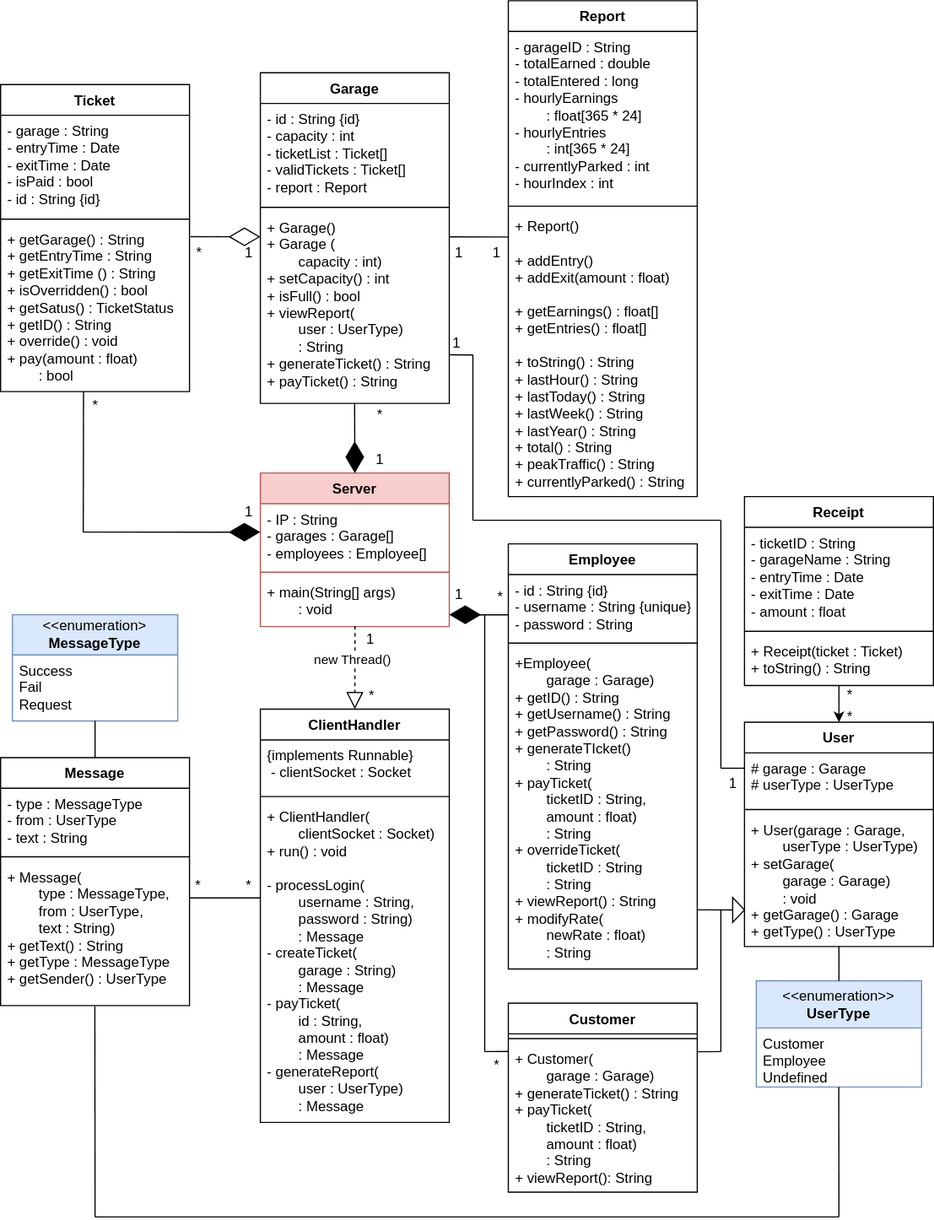
Above: design/Diagrams/ServerSideFull.svg in CSUEB-CS401-02-SP25-Group-Project-1/parking-garage-system (draw.io), before the change. Source tidied: cells renumbered, new cells last; positions are measured from the earlier drawing's top-left corner, leaving out a move shared by most shapes.
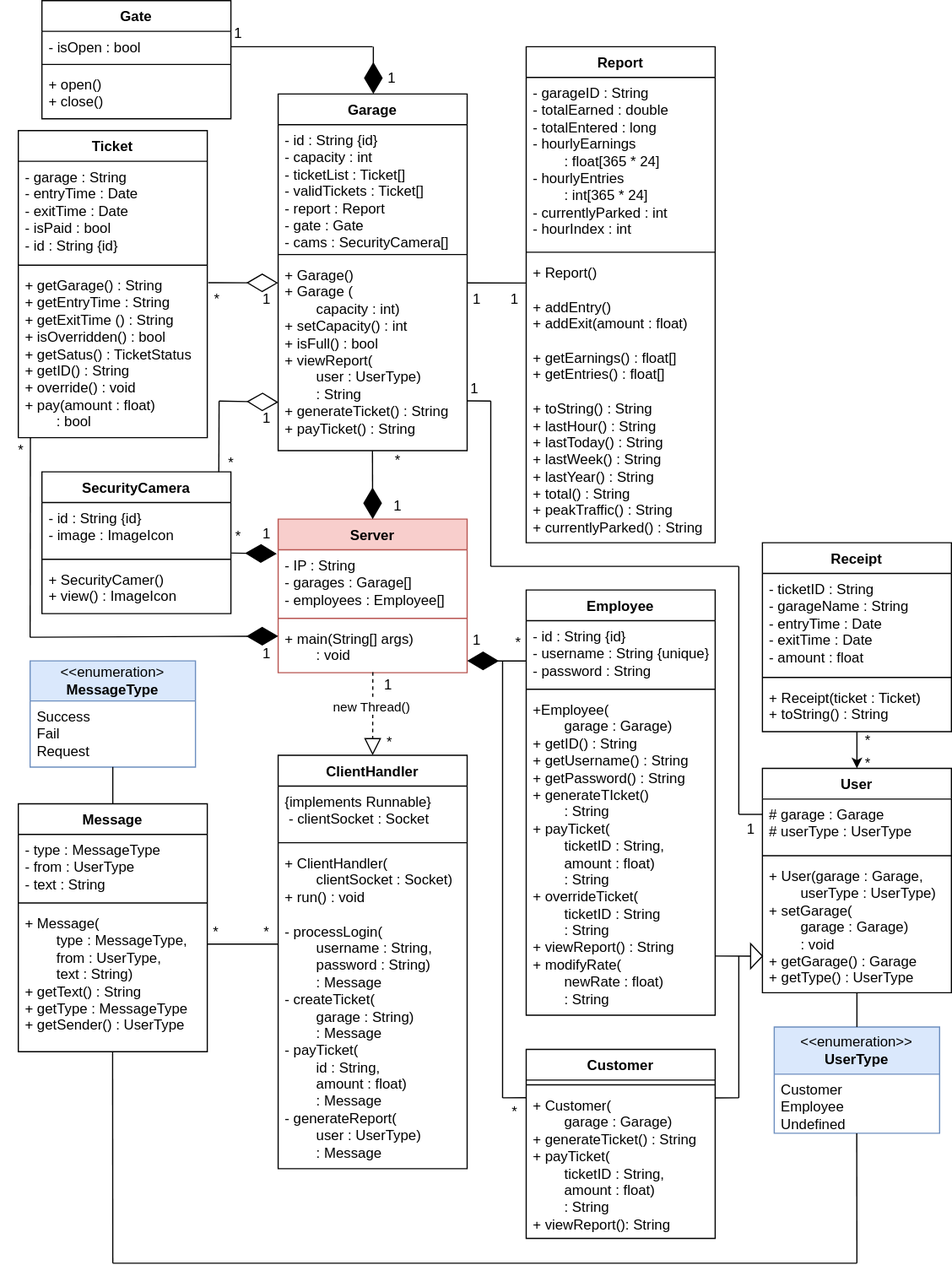
Above is the later version.

Commit message:
Added Gate and SecurityCamera to the ServerSide diagram, including proper relationships and quantities. Added according attributes to Garage.

Diff of the diagram source:
```diff
@@ -108,16 +108,16 @@
       <mxGeometry y="88" width="160" height="272" as="geometry" />
     </mxCell>
     <mxCell id="37" value="Garage" style="swimlane;fontStyle=1;align=center;verticalAlign=top;horizontal=1;startSize=26;whiteSpace=wrap;html=1;" parent="1" vertex="1">
-      <mxGeometry x="220" y="61" width="160" height="280" as="geometry" />
+      <mxGeometry x="220" y="40" width="160" height="302" as="geometry" />
     </mxCell>
-    <mxCell id="38" value="- id : String {id}&lt;div&gt;- capacity : int&lt;/div&gt;&lt;div&gt;- ticketList : Ticket[]&lt;/div&gt;&lt;div&gt;- validTickets : Ticket[]&lt;/div&gt;&lt;div&gt;- report : Report&lt;/div&gt;" style="text;strokeColor=none;fillColor=none;align=left;verticalAlign=top;spacingLeft=4;spacingRight=4;overflow=hidden;whiteSpace=wrap;html=1;" parent="37" vertex="1">
-      <mxGeometry y="26" width="160" height="84" as="geometry" />
+    <mxCell id="38" value="- id : String {id}&lt;div&gt;- capacity : int&lt;/div&gt;&lt;div&gt;- ticketList : Ticket[]&lt;/div&gt;&lt;div&gt;- validTickets : Ticket[]&lt;/div&gt;&lt;div&gt;- report : Report&lt;/div&gt;&lt;div&gt;- gate : Gate&lt;/div&gt;&lt;div&gt;- cams : SecurityCamera[]&lt;/div&gt;" style="text;strokeColor=none;fillColor=none;align=left;verticalAlign=top;spacingLeft=4;spacingRight=4;overflow=hidden;whiteSpace=wrap;html=1;" parent="37" vertex="1">
+      <mxGeometry y="26" width="160" height="106" as="geometry" />
     </mxCell>
     <mxCell id="39" style="line;strokeWidth=1;fillColor=none;align=left;verticalAlign=middle;spacingTop=-1;spacingLeft=3;spacingRight=3;labelPosition=right;strokeColor=inherit;" parent="37" vertex="1">
-      <mxGeometry y="110" width="160" height="8" as="geometry" />
+      <mxGeometry y="132" width="160" height="8" as="geometry" />
     </mxCell>
     <mxCell id="40" value="&lt;div&gt;+ Garage()&lt;/div&gt;&lt;div&gt;+ Garage (&lt;/div&gt;&lt;div&gt;&lt;span style=&quot;white-space: pre;&quot;&gt;&#9;&lt;/span&gt;capacity : int)&lt;/div&gt;&lt;div&gt;+ setCapacity() : int&lt;/div&gt;&lt;div&gt;+ isFull() : bool&lt;/div&gt;&lt;div&gt;+ viewReport(&lt;/div&gt;&lt;div&gt;&lt;span style=&quot;white-space: pre;&quot;&gt;&#9;&lt;/span&gt;user : UserType)&lt;/div&gt;&lt;div&gt;&lt;span style=&quot;white-space: pre;&quot;&gt;&#9;&lt;/span&gt;: String&lt;/div&gt;&lt;div&gt;+ generateTicket() : String&lt;/div&gt;&lt;div&gt;+ payTicket() : String&lt;/div&gt;" style="text;strokeColor=none;fillColor=none;align=left;verticalAlign=top;spacingLeft=4;spacingRight=4;overflow=hidden;points=[[0,0.5],[1,0.5]];portConstraint=eastwest;whiteSpace=wrap;html=1;" parent="37" vertex="1">
-      <mxGeometry y="118" width="160" height="162" as="geometry" />
+      <mxGeometry y="140" width="160" height="162" as="geometry" />
     </mxCell>
     <mxCell id="41" value="Report" style="swimlane;fontStyle=1;align=center;verticalAlign=top;horizontal=1;startSize=26;whiteSpace=wrap;html=1;" parent="1" vertex="1">
       <mxGeometry x="430" width="160" height="420" as="geometry" />
@@ -266,21 +266,23 @@
         <mxPoint x="410" y="890" as="sourcePoint" />
       </mxGeometry>
     </mxCell>
-    <mxCell id="81" style="endArrow=diamondThin;endFill=1;endSize=24;html=1;rounded=0;entryX=0;entryY=0.446;entryDx=0;entryDy=0;entryPerimeter=0;" parent="1" edge="1" target="3">
+    <mxCell id="81" style="endArrow=diamondThin;endFill=1;endSize=24;html=1;rounded=0;entryX=0;entryY=0.446;entryDx=0;entryDy=0;entryPerimeter=0;" parent="1" edge="1">
       <mxGeometry relative="1" as="geometry">
-        <mxPoint x="70" y="450" as="sourcePoint" />
+        <mxPoint x="10" y="500" as="sourcePoint" />
+        <mxPoint x="220" y="499.1" as="targetPoint" />
       </mxGeometry>
     </mxCell>
-    <mxCell id="82" style="endArrow=none;html=1;rounded=0;exitX=0.439;exitY=0.999;exitDx=0;exitDy=0;exitPerimeter=0;" parent="1" edge="1" source="13">
+    <mxCell id="82" style="endArrow=none;html=1;rounded=0;exitX=0.439;exitY=0.999;exitDx=0;exitDy=0;exitPerimeter=0;" parent="1" edge="1">
       <mxGeometry relative="1" as="geometry">
-        <mxPoint x="70" y="450" as="targetPoint" />
+        <mxPoint x="10.2" y="331" as="sourcePoint" />
+        <mxPoint x="10" y="500.1" as="targetPoint" />
       </mxGeometry>
     </mxCell>
     <mxCell id="83" value="*" style="text;html=1;align=center;verticalAlign=middle;strokeColor=none;fillColor=none;" parent="1" vertex="1">
-      <mxGeometry x="65" y="328" width="30" height="30" as="geometry" />
+      <mxGeometry x="-13" y="327" width="30" height="30" as="geometry" />
     </mxCell>
     <mxCell id="84" value="1" style="text;html=1;align=center;verticalAlign=middle;strokeColor=none;fillColor=none;" parent="1" vertex="1">
-      <mxGeometry x="195" y="418" width="30" height="30" as="geometry" />
+      <mxGeometry x="195" y="499" width="30" height="30" as="geometry" />
     </mxCell>
     <mxCell id="85" style="endArrow=none;html=1;rounded=0;entryX=0;entryY=0.068;entryDx=0;entryDy=0;entryPerimeter=0;" parent="1" edge="1">
       <mxGeometry relative="1" as="geometry">
@@ -310,5 +312,72 @@
         <mxPoint x="710" y="1030" as="targetPoint" />
       </mxGeometry>
     </mxCell>
+    <mxCell id="90" value="Gate" style="swimlane;fontStyle=1;align=center;verticalAlign=top;horizontal=1;startSize=26;whiteSpace=wrap;html=1;" parent="1" vertex="1">
+      <mxGeometry x="20" y="-39" width="160" height="100" as="geometry" />
+    </mxCell>
+    <mxCell id="91" value="&lt;div&gt;- isOpen : bool&lt;/div&gt;" style="text;strokeColor=none;fillColor=none;align=left;verticalAlign=top;spacingLeft=4;spacingRight=4;overflow=hidden;whiteSpace=wrap;html=1;" parent="90" vertex="1">
+      <mxGeometry y="26" width="160" height="24" as="geometry" />
+    </mxCell>
+    <mxCell id="92" style="line;strokeWidth=1;fillColor=none;align=left;verticalAlign=middle;spacingTop=-1;spacingLeft=3;spacingRight=3;labelPosition=right;strokeColor=inherit;" parent="90" vertex="1">
+      <mxGeometry y="50" width="160" height="8" as="geometry" />
+    </mxCell>
+    <mxCell id="93" value="&lt;div&gt;+ open()&lt;/div&gt;&lt;div&gt;+ close()&lt;/div&gt;" style="text;strokeColor=none;fillColor=none;align=left;verticalAlign=top;spacingLeft=4;spacingRight=4;overflow=hidden;whiteSpace=wrap;html=1;" parent="90" vertex="1">
+      <mxGeometry y="58" width="160" height="42" as="geometry" />
+    </mxCell>
+    <mxCell id="94" value="SecurityCamera" style="swimlane;fontStyle=1;align=center;verticalAlign=top;horizontal=1;startSize=26;whiteSpace=wrap;html=1;" parent="1" vertex="1">
+      <mxGeometry x="20" y="360" width="160" height="120" as="geometry" />
+    </mxCell>
+    <mxCell id="95" value="&lt;div&gt;- id : String {id}&lt;/div&gt;&lt;div&gt;- image : ImageIcon&lt;/div&gt;" style="text;strokeColor=none;fillColor=none;align=left;verticalAlign=top;spacingLeft=4;spacingRight=4;overflow=hidden;points=[[0,0.5],[1,0.5]];portConstraint=eastwest;whiteSpace=wrap;html=1;" parent="94" vertex="1">
+      <mxGeometry y="26" width="160" height="44" as="geometry" />
+    </mxCell>
+    <mxCell id="96" style="line;strokeWidth=1;fillColor=none;align=left;verticalAlign=middle;spacingTop=-1;spacingLeft=3;spacingRight=3;labelPosition=right;strokeColor=inherit;" parent="94" vertex="1">
+      <mxGeometry y="70" width="160" height="8" as="geometry" />
+    </mxCell>
+    <mxCell id="97" value="&lt;div&gt;+ SecurityCamer()&lt;/div&gt;&lt;div&gt;+ view() : ImageIcon&lt;/div&gt;" style="text;strokeColor=none;fillColor=none;align=left;verticalAlign=top;spacingLeft=4;spacingRight=4;overflow=hidden;whiteSpace=wrap;html=1;" parent="94" vertex="1">
+      <mxGeometry y="78" width="160" height="42" as="geometry" />
+    </mxCell>
+    <mxCell id="98" style="endArrow=diamondThin;endFill=0;endSize=24;html=1;rounded=0;entryX=0.001;entryY=0.747;entryDx=0;entryDy=0;entryPerimeter=0;" parent="1" edge="1" target="40">
+      <mxGeometry relative="1" as="geometry">
+        <mxPoint x="170" y="300" as="sourcePoint" />
+      </mxGeometry>
+    </mxCell>
+    <mxCell id="99" style="endArrow=none;html=1;rounded=0;exitX=0.936;exitY=0;exitDx=0;exitDy=0;exitPerimeter=0;" parent="1" edge="1" source="94">
+      <mxGeometry relative="1" as="geometry">
+        <mxPoint x="170" y="300" as="targetPoint" />
+      </mxGeometry>
+    </mxCell>
+    <mxCell id="100" style="endArrow=diamondThin;endFill=1;endSize=24;html=1;rounded=0;entryX=-0.007;entryY=0.062;entryDx=0;entryDy=0;entryPerimeter=0;exitX=1.003;exitY=0.971;exitDx=0;exitDy=0;exitPerimeter=0;" parent="1" edge="1" source="95" target="3">
+      <mxGeometry relative="1" as="geometry" />
+    </mxCell>
+    <mxCell id="101" value="1" style="text;html=1;align=center;verticalAlign=middle;strokeColor=none;fillColor=none;" parent="1" vertex="1">
+      <mxGeometry x="195" y="398" width="30" height="30" as="geometry" />
+    </mxCell>
+    <mxCell id="102" value="*" style="text;html=1;align=center;verticalAlign=middle;strokeColor=none;fillColor=none;" parent="1" vertex="1">
+      <mxGeometry x="171" y="400" width="30" height="30" as="geometry" />
+    </mxCell>
+    <mxCell id="103" value="1" style="text;html=1;align=center;verticalAlign=middle;strokeColor=none;fillColor=none;" parent="1" vertex="1">
+      <mxGeometry x="195" y="300" width="30" height="30" as="geometry" />
+    </mxCell>
+    <mxCell id="104" value="*" style="text;html=1;align=center;verticalAlign=middle;strokeColor=none;fillColor=none;" parent="1" vertex="1">
+      <mxGeometry x="165" y="338" width="30" height="30" as="geometry" />
+    </mxCell>
+    <mxCell id="105" style="endArrow=diamondThin;endFill=1;endSize=24;html=1;rounded=0;" parent="1" edge="1">
+      <mxGeometry relative="1" as="geometry">
+        <mxPoint x="300.6" as="sourcePoint" />
+        <mxPoint x="300.6" y="40" as="targetPoint" />
+      </mxGeometry>
+    </mxCell>
+    <mxCell id="106" style="endArrow=none;html=1;rounded=0;" parent="1" edge="1">
+      <mxGeometry relative="1" as="geometry">
+        <mxPoint x="180" as="sourcePoint" />
+        <mxPoint x="300" as="targetPoint" />
+      </mxGeometry>
+    </mxCell>
+    <mxCell id="107" value="1" style="text;html=1;align=center;verticalAlign=middle;strokeColor=none;fillColor=none;" parent="1" vertex="1">
+      <mxGeometry x="171" y="-26" width="30" height="30" as="geometry" />
+    </mxCell>
+    <mxCell id="108" value="1" style="text;html=1;align=center;verticalAlign=middle;strokeColor=none;fillColor=none;" parent="1" vertex="1">
+      <mxGeometry x="301" y="12" width="30" height="30" as="geometry" />
+    </mxCell>
   </root>
 </mxGraphModel>
```
